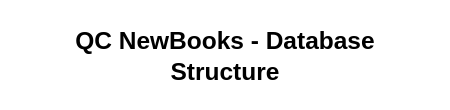
Before: page "Part B — ERD" (2 of 2) of QC_NewBooks_Diagrams.drawio in cristejada2004/diagram-qc-new-books, a draw.io diagram. Source tidied: cells renumbered, new cells numbered last; positions are measured from the earlier drawing's top-left corner, leaving out a move shared by most shapes. Both pictures are drawn from the tidied source at 153%, with x=0, y=0 at pixel (26, 32).
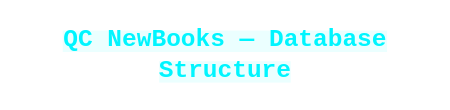
Above is the later version.

Change to the diagram source:
```diff
@@
 <mxGraphModel>
   <root>
     <mxCell id="0" />
     <mxCell id="1" parent="0" />
-    <mxCell id="2" value="&lt;b&gt;&lt;font style=&quot;font-size: 16px;&quot;&gt;QC NewBooks - Database Structure&lt;/font&gt;&lt;/b&gt;" style="text;html=1;whiteSpace=wrap;strokeColor=none;fillColor=none;align=center;verticalAlign=middle;rounded=0;" parent="1" vertex="1">
+    <mxCell id="2" value="&lt;span style=&quot;font-family: &amp;quot;Share Tech Mono&amp;quot;, monospace; text-align: start; background-color: light-dark(rgba(0, 245, 255, 0.08), rgb(153, 255, 255));&quot;&gt;&lt;b style=&quot;&quot;&gt;&lt;font style=&quot;font-size: 16px; color: light-dark(rgb(0, 245, 255), rgb(0, 0, 0));&quot;&gt;QC NewBooks — Database Structure&lt;/font&gt;&lt;/b&gt;&lt;/span&gt;" style="text;html=1;whiteSpace=wrap;strokeColor=none;fillColor=none;align=center;verticalAlign=middle;rounded=0;" parent="1" vertex="1">
       <mxGeometry width="260" height="30" as="geometry" />
     </mxCell>
   </root>
 </mxGraphModel>
```
